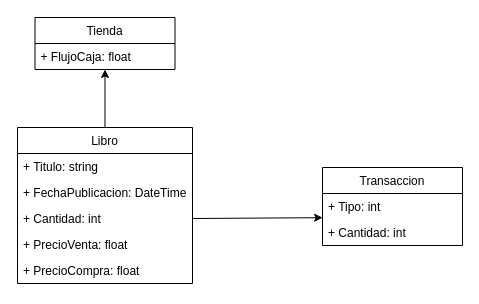
This is Algoritmos/TiendaLibros/Diagrams/libreria.drawio from miguelgomezg/UdeM, a draw.io file, before an edit. Source tidied: cells renumbered, new cells numbered last; positions are measured from the earlier drawing's top-left corner, leaving out a move shared by most shapes. Both pictures are drawn from the tidied source at 100%, with x=0, y=0 at pixel (17, 17).
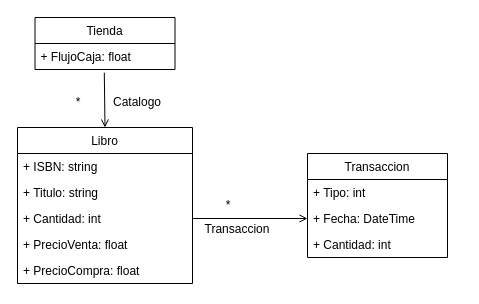
The same page after the edit.

The edit, as a diff of the source:
```diff
@@
 <mxGraphModel>
   <root>
     <mxCell id="0" />
     <mxCell id="1" parent="0" />
     <mxCell id="2" value="Tienda" style="swimlane;fontStyle=0;horizontal=1;startSize=26;fillColor=none;" parent="1" vertex="1">
       <mxGeometry x="17.5" width="140" height="52" as="geometry" />
     </mxCell>
     <mxCell id="3" value="+ FlujoCaja: float" style="text;strokeColor=none;fillColor=none;align=left;verticalAlign=top;spacingLeft=4;spacingRight=4;overflow=hidden;points=[[0,0.5],[1,0.5]];portConstraint=eastwest;" parent="2" vertex="1">
       <mxGeometry y="26" width="140" height="26" as="geometry" />
     </mxCell>
-    <mxCell id="4" style="edgeStyle=none;html=1;exitX=0.5;exitY=0;exitDx=0;exitDy=0;" parent="1" edge="1" source="5" target="3">
+    <mxCell id="4" style="edgeStyle=none;html=1;exitX=0.5;exitY=0;exitDx=0;exitDy=0;entryX=0.495;entryY=1.122;entryDx=0;entryDy=0;entryPerimeter=0;startArrow=open;startFill=0;endArrow=none;endFill=0;" parent="1" edge="1" source="5" target="3">
       <mxGeometry relative="1" as="geometry" />
     </mxCell>
     <mxCell id="5" value="Libro" style="swimlane;fontStyle=0;horizontal=1;startSize=26;fillColor=none;" parent="1" vertex="1">
       <mxGeometry y="110" width="175" height="156" as="geometry" />
     </mxCell>
-    <mxCell id="6" value="+ Titulo: string" style="text;strokeColor=none;fillColor=none;align=left;verticalAlign=top;spacingLeft=4;spacingRight=4;overflow=hidden;" parent="5" vertex="1">
+    <mxCell id="6" value="+ ISBN: string" style="text;strokeColor=none;fillColor=none;align=left;verticalAlign=top;spacingLeft=4;spacingRight=4;overflow=hidden;" parent="5" vertex="1">
       <mxGeometry y="26" width="175" height="26" as="geometry" />
     </mxCell>
-    <mxCell id="7" value="+ FechaPublicacion: DateTime" style="text;strokeColor=none;fillColor=none;align=left;verticalAlign=top;spacingLeft=4;spacingRight=4;overflow=hidden;" parent="5" vertex="1">
-      <mxGeometry y="52" width="175" height="26" as="geometry" />
-    </mxCell>
+    <mxCell id="15" value="+ Titulo: string" style="text;strokeColor=none;fillColor=none;align=left;verticalAlign=top;spacingLeft=4;spacingRight=4;overflow=hidden;" parent="5" vertex="1">
+      <mxGeometry y="52" width="175" height="26" as="geometry" />
+    </mxCell>
     <mxCell id="8" value="+ Cantidad: int" style="text;strokeColor=none;fillColor=none;align=left;verticalAlign=top;spacingLeft=4;spacingRight=4;overflow=hidden;points=[[0,0.5],[1,0.5]];portConstraint=eastwest;" parent="5" vertex="1">
       <mxGeometry y="78" width="175" height="26" as="geometry" />
     </mxCell>
     <mxCell id="9" value="+ PrecioVenta: float" style="text;strokeColor=none;fillColor=none;align=left;verticalAlign=top;spacingLeft=4;spacingRight=4;overflow=hidden;" parent="5" vertex="1">
       <mxGeometry y="104" width="175" height="26" as="geometry" />
     </mxCell>
     <mxCell id="10" value="+ PrecioCompra: float&#10;" style="text;strokeColor=none;fillColor=none;align=left;verticalAlign=top;spacingLeft=4;spacingRight=4;overflow=hidden;" parent="5" vertex="1">
       <mxGeometry y="130" width="175" height="26" as="geometry" />
     </mxCell>
     <mxCell id="11" value="Transaccion" style="swimlane;fontStyle=0;horizontal=1;startSize=26;fillColor=none;" parent="1" vertex="1">
-      <mxGeometry x="305" y="150" width="140" height="78" as="geometry" />
+      <mxGeometry x="290" y="136" width="140" height="104" as="geometry" />
     </mxCell>
     <mxCell id="12" value="+ Tipo: int" style="text;strokeColor=none;fillColor=none;align=left;verticalAlign=top;spacingLeft=4;spacingRight=4;overflow=hidden;" parent="11" vertex="1">
       <mxGeometry y="26" width="140" height="26" as="geometry" />
     </mxCell>
-    <mxCell id="13" value="+ Cantidad: int" style="text;strokeColor=none;fillColor=none;align=left;verticalAlign=top;spacingLeft=4;spacingRight=4;overflow=hidden;points=[[0,0.5],[1,0.5]];portConstraint=eastwest;" parent="11" vertex="1">
+    <mxCell id="13" value="+ Fecha: DateTime" style="text;strokeColor=none;fillColor=none;align=left;verticalAlign=top;spacingLeft=4;spacingRight=4;overflow=hidden;points=[[0,0.5],[1,0.5]];portConstraint=eastwest;" parent="11" vertex="1">
       <mxGeometry y="52" width="140" height="26" as="geometry" />
     </mxCell>
+    <mxCell id="16" value="+ Cantidad: int" style="text;strokeColor=none;fillColor=none;align=left;verticalAlign=top;spacingLeft=4;spacingRight=4;overflow=hidden;" parent="11" vertex="1">
+      <mxGeometry y="78" width="140" height="26" as="geometry" />
+    </mxCell>
-    <mxCell id="14" style="edgeStyle=none;html=1;exitX=1;exitY=0.5;exitDx=0;exitDy=0;entryX=0.001;entryY=-0.07;entryDx=0;entryDy=0;entryPerimeter=0;" parent="1" edge="1" source="8" target="13">
+    <mxCell id="14" style="edgeStyle=none;html=1;exitX=1;exitY=0.5;exitDx=0;exitDy=0;entryX=0;entryY=0.5;entryDx=0;entryDy=0;endArrow=open;endFill=0;" parent="1" edge="1" source="8" target="13">
       <mxGeometry relative="1" as="geometry" />
     </mxCell>
+    <mxCell id="17" value="Catalogo" style="text;html=1;strokeColor=none;fillColor=none;align=center;verticalAlign=middle;whiteSpace=wrap;rounded=0;" parent="1" vertex="1">
+      <mxGeometry x="90" y="70" width="60" height="30" as="geometry" />
+    </mxCell>
+    <mxCell id="18" value="*" style="text;html=1;strokeColor=none;fillColor=none;align=center;verticalAlign=middle;whiteSpace=wrap;rounded=0;" parent="1" vertex="1">
+      <mxGeometry x="40" y="75" width="42" height="20" as="geometry" />
+    </mxCell>
+    <mxCell id="19" value="*" style="text;html=1;strokeColor=none;fillColor=none;align=center;verticalAlign=middle;whiteSpace=wrap;rounded=0;" parent="1" vertex="1">
+      <mxGeometry x="190" y="178" width="42" height="20" as="geometry" />
+    </mxCell>
+    <mxCell id="20" value="Transaccion" style="text;html=1;strokeColor=none;fillColor=none;align=center;verticalAlign=middle;whiteSpace=wrap;rounded=0;" parent="1" vertex="1">
+      <mxGeometry x="190" y="197" width="60" height="30" as="geometry" />
+    </mxCell>
   </root>
 </mxGraphModel>
```
